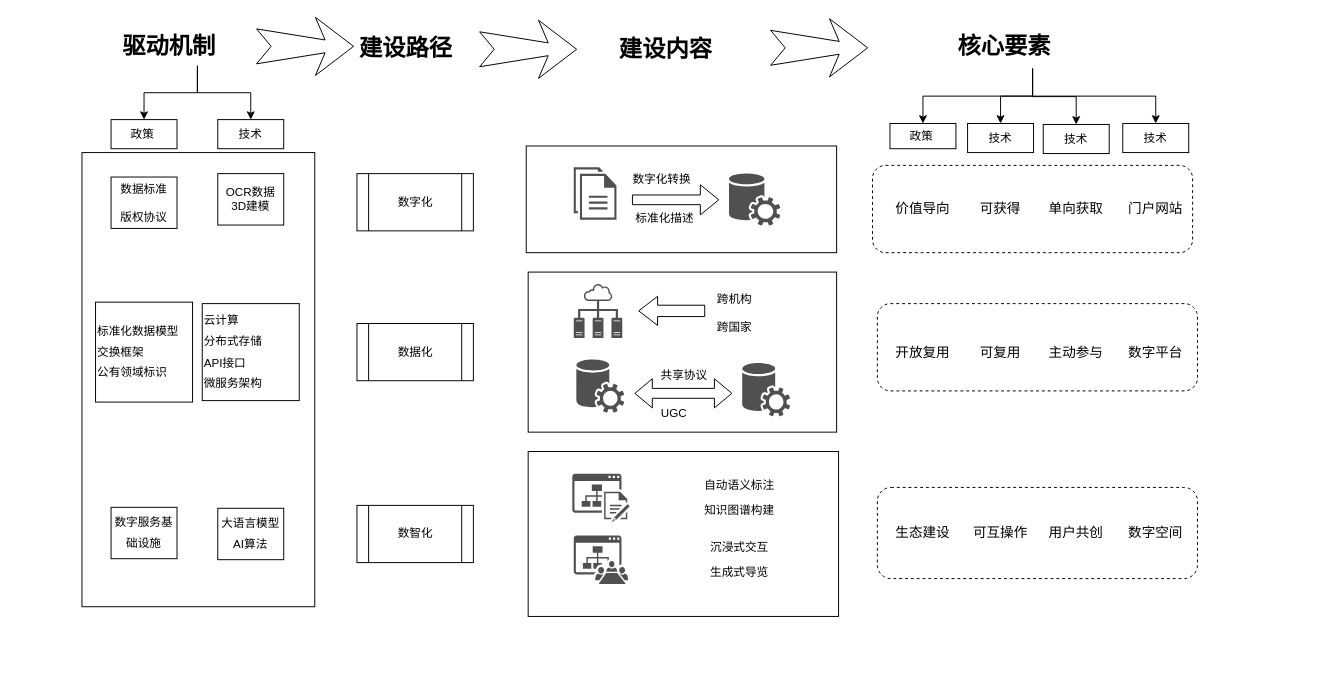
Above: 小宝架构1.drawio in Utah-wu/draw.io (draw.io), before the change. Source tidied: cells renumbered, new cells numbered last; positions are measured from the earlier drawing's top-left corner, leaving out a move shared by most shapes. Both pictures are drawn from the tidied source at 97%, with x=0, y=0 at pixel (81, 16).
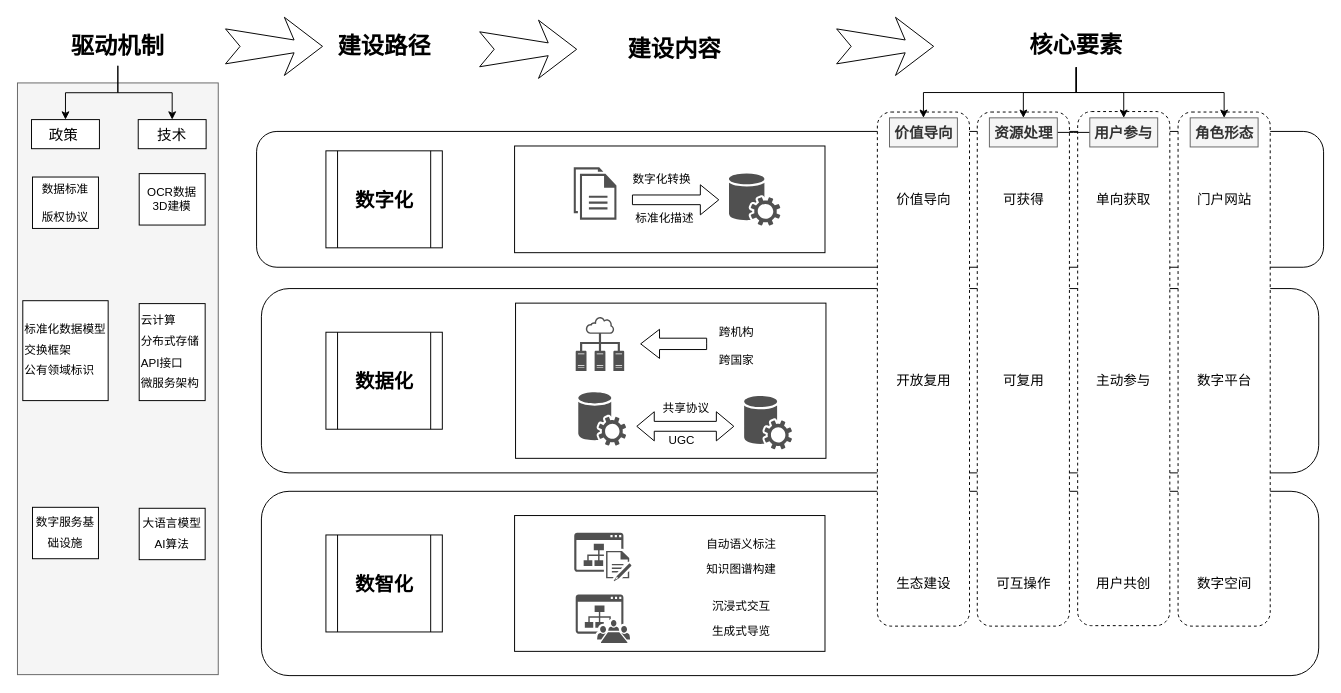
The same diagram, later.

Commit message (it also covers changes not shown here):
更新小宝架构1.drawio

Diff of the diagram source:
```diff
@@
+    <mxCell id="69" style="rounded=1;whiteSpace=wrap;html=1;" parent="1" vertex="1">
+      <mxGeometry x="185" y="489" width="1090" height="190" as="geometry" />
+    </mxCell>
+    <mxCell id="70" style="rounded=1;whiteSpace=wrap;html=1;" parent="1" vertex="1">
+      <mxGeometry x="185" y="280" width="1090" height="190" as="geometry" />
+    </mxCell>
+    <mxCell id="71" style="rounded=1;whiteSpace=wrap;html=1;" parent="1" vertex="1">
+      <mxGeometry x="180" y="118" width="1100" height="140" as="geometry" />
+    </mxCell>
+    <mxCell id="72" style="rounded=1;whiteSpace=wrap;html=1;align=left;dashed=1;fontSize=14;" parent="1" vertex="1">
+      <mxGeometry x="1130" y="98" width="95" height="530" as="geometry" />
+    </mxCell>
+    <mxCell id="73" style="rounded=1;whiteSpace=wrap;html=1;align=left;dashed=1;fontSize=14;" parent="1" vertex="1">
+      <mxGeometry x="1026.5" y="97.5" width="95" height="530" as="geometry" />
+    </mxCell>
+    <mxCell id="74" style="rounded=1;whiteSpace=wrap;html=1;align=left;dashed=1;fontSize=14;" parent="1" vertex="1">
+      <mxGeometry x="923" y="98" width="95" height="530" as="geometry" />
+    </mxCell>
+    <mxCell id="59" style="rounded=1;whiteSpace=wrap;html=1;align=left;dashed=1;fontSize=14;" parent="1" vertex="1">
+      <mxGeometry x="820" y="98" width="95" height="530" as="geometry" />
+    </mxCell>
     <mxCell id="2" style="rounded=0;whiteSpace=wrap;html=1;" parent="1" vertex="1">
-      <mxGeometry x="458" y="133" width="320" height="110" as="geometry" />
+      <mxGeometry x="446" y="133" width="320" height="110" as="geometry" />
     </mxCell>
     <mxCell id="3" style="rounded=0;whiteSpace=wrap;html=1;" parent="1" vertex="1">
-      <mxGeometry x="460" y="448" width="320" height="170" as="geometry" />
+      <mxGeometry x="446" y="514" width="320" height="140" as="geometry" />
     </mxCell>
     <mxCell id="4" style="rounded=0;whiteSpace=wrap;html=1;" parent="1" vertex="1">
-      <mxGeometry x="460" y="263" width="318" height="165" as="geometry" />
+      <mxGeometry x="447" y="295" width="320" height="160" as="geometry" />
     </mxCell>
@@
-    <mxCell id="6" value="&lt;h1 style=&quot;margin-top: 0px;&quot;&gt;核心要素&lt;/h1&gt;" style="text;html=1;whiteSpace=wrap;overflow=hidden;rounded=0;" parent="1" vertex="1">
-      <mxGeometry x="901" y="10.3" width="158" height="43" as="geometry" />
+    <mxCell id="6" value="&lt;h1 style=&quot;margin-top: 0px;&quot;&gt;核心要素&lt;/h1&gt;" style="text;html=1;whiteSpace=wrap;overflow=hidden;rounded=0;align=center;" parent="1" vertex="1">
+      <mxGeometry x="946" y="8.8" width="158" height="43" as="geometry" />
     </mxCell>
     <mxCell id="7" value="沉浸式交互" style="text;html=1;whiteSpace=wrap;strokeColor=none;fillColor=none;align=center;verticalAlign=middle;rounded=0;" parent="1" vertex="1">
-      <mxGeometry x="639" y="531.5" width="78" height="30" as="geometry" />
+      <mxGeometry x="641" y="592.5" width="78" height="30" as="geometry" />
     </mxCell>
     <mxCell id="8" value="生成式导览" style="text;html=1;whiteSpace=wrap;strokeColor=none;fillColor=none;align=center;verticalAlign=middle;rounded=0;" parent="1" vertex="1">
-      <mxGeometry x="639" y="557.5" width="78" height="30" as="geometry" />
+      <mxGeometry x="641" y="618.5" width="78" height="30" as="geometry" />
     </mxCell>
@@
     <mxCell id="15" value="跨机构&lt;div&gt;&lt;br&gt;&lt;div&gt;跨国家&lt;/div&gt;&lt;/div&gt;" style="text;html=1;whiteSpace=wrap;strokeColor=none;fillColor=none;align=center;verticalAlign=middle;rounded=0;" parent="1" vertex="1">
-      <mxGeometry x="644" y="289.5" width="58" height="30" as="geometry" />
+      <mxGeometry x="646" y="323.5" width="58" height="30" as="geometry" />
     </mxCell>
     <mxCell id="16" style="html=1;shadow=0;dashed=0;align=center;verticalAlign=middle;shape=mxgraph.arrows2.arrow;dy=0.61;dx=19.42;flipH=1;notch=0;" parent="1" vertex="1">
-      <mxGeometry x="574" y="288" width="68" height="30" as="geometry" />
+      <mxGeometry x="576" y="322" width="68" height="30" as="geometry" />
     </mxCell>
     <mxCell id="17" style="sketch=0;shadow=0;dashed=0;html=1;strokeColor=none;fillColor=#505050;labelPosition=center;verticalLabelPosition=bottom;verticalAlign=top;align=center;shape=mxgraph.office.communications.central_management_service;" parent="1" vertex="1">
-      <mxGeometry x="509" y="353" width="50" height="55" as="geometry" />
+      <mxGeometry x="511" y="387" width="50" height="55" as="geometry" />
     </mxCell>
     <mxCell id="18" style="sketch=0;shadow=0;dashed=0;html=1;strokeColor=none;fillColor=#505050;labelPosition=center;verticalLabelPosition=bottom;verticalAlign=top;align=center;shape=mxgraph.office.communications.central_management_service;" parent="1" vertex="1">
-      <mxGeometry x="680" y="356.8" width="50" height="55" as="geometry" />
+      <mxGeometry x="682" y="390.8" width="50" height="55" as="geometry" />
     </mxCell>
     <mxCell id="19" style="html=1;shadow=0;dashed=0;align=center;verticalAlign=middle;shape=mxgraph.arrows2.twoWayArrow;dy=0.66;dx=17.99;" parent="1" vertex="1">
-      <mxGeometry x="570" y="373" width="100" height="30" as="geometry" />
+      <mxGeometry x="572" y="407" width="100" height="30" as="geometry" />
     </mxCell>
     <mxCell id="20" value="共享协议" style="text;html=1;whiteSpace=wrap;strokeColor=none;fillColor=none;align=center;verticalAlign=middle;rounded=0;" parent="1" vertex="1">
-      <mxGeometry x="592" y="355" width="58" height="30" as="geometry" />
+      <mxGeometry x="594" y="389" width="58" height="30" as="geometry" />
     </mxCell>
     <mxCell id="21" value="UGC" style="text;html=1;whiteSpace=wrap;strokeColor=none;fillColor=none;align=center;verticalAlign=middle;rounded=0;" parent="1" vertex="1">
-      <mxGeometry x="577.5" y="394.5" width="65" height="28.5" as="geometry" />
+      <mxGeometry x="585.5" y="422.5" width="65" height="28.5" as="geometry" />
     </mxCell>
     <mxCell id="22" style="sketch=0;shadow=0;dashed=0;html=1;strokeColor=none;fillColor=#505050;labelPosition=center;verticalLabelPosition=bottom;verticalAlign=top;align=center;shape=mxgraph.office.sites.meeting_workspace_site;" parent="1" vertex="1">
-      <mxGeometry x="507" y="534.5" width="56" height="50" as="geometry" />
+      <mxGeometry x="509" y="595.5" width="56" height="50" as="geometry" />
     </mxCell>
-    <mxCell id="23" style="rounded=0;whiteSpace=wrap;html=1;" parent="1" vertex="1">
-      <mxGeometry y="139.8" width="240" height="468.2" as="geometry" />
+    <mxCell id="23" style="rounded=0;whiteSpace=wrap;html=1;fillColor=#f5f5f5;fontColor=#333333;strokeColor=#666666;" parent="1" vertex="1">
+      <mxGeometry x="-66.5" y="68" width="207" height="610" as="geometry" />
     </mxCell>
@@
-    <mxCell id="25" value="&lt;h1 style=&quot;margin-top: 0px;&quot;&gt;驱动机制&lt;/h1&gt;" style="text;html=1;whiteSpace=wrap;overflow=hidden;rounded=0;" parent="1" vertex="1">
-      <mxGeometry x="40" y="10.3" width="158" height="40" as="geometry" />
+    <mxCell id="25" value="&lt;h1 style=&quot;margin-top: 0px;&quot;&gt;驱动机制&lt;/h1&gt;" style="text;html=1;whiteSpace=wrap;overflow=hidden;rounded=0;align=center;" parent="1" vertex="1">
+      <mxGeometry x="-42" y="10.3" width="158" height="40" as="geometry" />
     </mxCell>
-    <mxCell id="26" value="技术" style="whiteSpace=wrap;html=1;align=center;verticalAlign=middle;newEdgeStyle={&quot;edgeStyle&quot;:&quot;elbowEdgeStyle&quot;,&quot;startArrow&quot;:&quot;none&quot;,&quot;endArrow&quot;:&quot;none&quot;};" parent="1" vertex="1">
-      <mxGeometry x="140" y="105.8" width="68" height="30" as="geometry" />
+    <mxCell id="26" value="技术" style="whiteSpace=wrap;html=1;align=center;verticalAlign=middle;newEdgeStyle={&quot;edgeStyle&quot;:&quot;elbowEdgeStyle&quot;,&quot;startArrow&quot;:&quot;none&quot;,&quot;endArrow&quot;:&quot;none&quot;};fontSize=15;" parent="1" vertex="1">
+      <mxGeometry x="58" y="105.8" width="70" height="30" as="geometry" />
     </mxCell>
-    <mxCell id="27" value="政策&lt;span style=&quot;white-space: pre;&quot;&gt;&#9;&lt;/span&gt;" style="whiteSpace=wrap;html=1;align=center;verticalAlign=middle;newEdgeStyle={&quot;edgeStyle&quot;:&quot;elbowEdgeStyle&quot;,&quot;startArrow&quot;:&quot;none&quot;,&quot;endArrow&quot;:&quot;none&quot;};" parent="1" vertex="1">
-      <mxGeometry x="30" y="105.8" width="68" height="30" as="geometry" />
+    <mxCell id="27" value="政策&lt;span style=&quot;white-space: pre;&quot;&gt;&#9;&lt;/span&gt;" style="whiteSpace=wrap;html=1;align=center;verticalAlign=middle;newEdgeStyle={&quot;edgeStyle&quot;:&quot;elbowEdgeStyle&quot;,&quot;startArrow&quot;:&quot;none&quot;,&quot;endArrow&quot;:&quot;none&quot;};fontSize=15;" parent="1" vertex="1">
+      <mxGeometry x="-52" y="105.8" width="70" height="30" as="geometry" />
     </mxCell>
@@
     <mxCell id="29" value="数据标准&lt;div&gt;&lt;br&gt;&lt;/div&gt;&lt;div&gt;版权协议&lt;/div&gt;" style="rounded=0;whiteSpace=wrap;html=1;" parent="1" vertex="1">
-      <mxGeometry x="30" y="165" width="68" height="53" as="geometry" />
+      <mxGeometry x="-51" y="165" width="68" height="53" as="geometry" />
     </mxCell>
     <mxCell id="30" value="&lt;div style=&quot;line-height: 180%;&quot;&gt;数字服务基础设施&lt;/div&gt;" style="rounded=0;whiteSpace=wrap;html=1;" parent="1" vertex="1">
-      <mxGeometry x="30" y="505.5" width="68" height="53" as="geometry" />
+      <mxGeometry x="-51" y="505.5" width="68" height="53" as="geometry" />
     </mxCell>
     <mxCell id="31" value="&lt;div style=&quot;line-height: 180%;&quot;&gt;云计算&lt;div&gt;分布式存储&lt;/div&gt;&lt;div&gt;API接口&lt;/div&gt;&lt;div&gt;微服务架构&lt;/div&gt;&lt;/div&gt;" style="rounded=0;whiteSpace=wrap;html=1;align=left;" parent="1" vertex="1">
-      <mxGeometry x="124" y="295.5" width="100" height="100" as="geometry" />
+      <mxGeometry x="59" y="295.5" width="68" height="100" as="geometry" />
     </mxCell>
     <mxCell id="32" value="OCR数据&lt;div&gt;3D建模&lt;/div&gt;" style="rounded=0;whiteSpace=wrap;html=1;" parent="1" vertex="1">
-      <mxGeometry x="140" y="161.5" width="68" height="53" as="geometry" />
+      <mxGeometry x="59" y="161.5" width="68" height="53" as="geometry" />
     </mxCell>
     <mxCell id="33" value="&lt;div style=&quot;line-height: 180%;&quot;&gt;&lt;div&gt;标准化数据模型&lt;/div&gt;&lt;div&gt;交换框架&lt;/div&gt;&lt;div&gt;公有领域标识&lt;/div&gt;&lt;/div&gt;" style="rounded=0;whiteSpace=wrap;html=1;align=left;spacing=2;spacingTop=0;" parent="1" vertex="1">
-      <mxGeometry x="14" y="294" width="100" height="103" as="geometry" />
+      <mxGeometry x="-61" y="292.5" width="88" height="103" as="geometry" />
     </mxCell>
     <mxCell id="34" value="&lt;div style=&quot;line-height: 180%;&quot;&gt;大语言模型&lt;div&gt;AI算法&lt;/div&gt;&lt;/div&gt;" style="rounded=0;whiteSpace=wrap;html=1;" parent="1" vertex="1">
-      <mxGeometry x="140" y="506.5" width="68" height="53" as="geometry" />
+      <mxGeometry x="59" y="506.5" width="68" height="53" as="geometry" />
     </mxCell>
+    <mxCell id="75" style="edgeStyle=elbowEdgeStyle;rounded=0;jettySize=auto;html=1;elbow=horizontal;startArrow=none;endArrow=none;" parent="1" edge="1" source="35" target="37">
+      <mxGeometry relative="1" as="geometry" />
+    </mxCell>
-    <mxCell id="35" value="技术" style="whiteSpace=wrap;html=1;align=center;verticalAlign=middle;newEdgeStyle={&quot;edgeStyle&quot;:&quot;elbowEdgeStyle&quot;,&quot;startArrow&quot;:&quot;none&quot;,&quot;endArrow&quot;:&quot;none&quot;};" parent="1" vertex="1">
-      <mxGeometry x="913" y="109.8" width="68" height="30" as="geometry" />
+    <mxCell id="35" value="资源处理" style="whiteSpace=wrap;html=1;align=center;verticalAlign=middle;newEdgeStyle={&quot;edgeStyle&quot;:&quot;elbowEdgeStyle&quot;,&quot;startArrow&quot;:&quot;none&quot;,&quot;endArrow&quot;:&quot;none&quot;};fillColor=#f5f5f5;fontColor=#333333;strokeColor=#666666;fontStyle=1;fontSize=15;" parent="1" vertex="1">
+      <mxGeometry x="935.5" y="104" width="70" height="30" as="geometry" />
     </mxCell>
-    <mxCell id="36" value="政策&lt;span style=&quot;white-space: pre;&quot;&gt;&#9;&lt;/span&gt;" style="whiteSpace=wrap;html=1;align=center;verticalAlign=middle;newEdgeStyle={&quot;edgeStyle&quot;:&quot;elbowEdgeStyle&quot;,&quot;startArrow&quot;:&quot;none&quot;,&quot;endArrow&quot;:&quot;none&quot;};" parent="1" vertex="1">
-      <mxGeometry x="833" y="109.8" width="68" height="26" as="geometry" />
+    <mxCell id="36" value="价值导向" style="whiteSpace=wrap;html=1;align=center;verticalAlign=middle;newEdgeStyle={&quot;edgeStyle&quot;:&quot;elbowEdgeStyle&quot;,&quot;startArrow&quot;:&quot;none&quot;,&quot;endArrow&quot;:&quot;none&quot;};fillColor=#f5f5f5;fontColor=#333333;strokeColor=#666666;fontStyle=1;fontSize=15;" parent="1" vertex="1">
+      <mxGeometry x="832.5" y="104" width="70" height="30" as="geometry" />
     </mxCell>
-    <mxCell id="37" value="技术" style="whiteSpace=wrap;html=1;align=center;verticalAlign=middle;newEdgeStyle={&quot;edgeStyle&quot;:&quot;elbowEdgeStyle&quot;,&quot;startArrow&quot;:&quot;none&quot;,&quot;endArrow&quot;:&quot;none&quot;};" parent="1" vertex="1">
-      <mxGeometry x="991" y="110.8" width="68" height="30" as="geometry" />
+    <mxCell id="37" value="用户参与" style="whiteSpace=wrap;html=1;align=center;verticalAlign=middle;newEdgeStyle={&quot;edgeStyle&quot;:&quot;elbowEdgeStyle&quot;,&quot;startArrow&quot;:&quot;none&quot;,&quot;endArrow&quot;:&quot;none&quot;};fillColor=#f5f5f5;fontColor=#333333;strokeColor=#666666;fontStyle=1;fontSize=15;" parent="1" vertex="1">
+      <mxGeometry x="1039" y="104" width="70" height="30" as="geometry" />
     </mxCell>
-    <mxCell id="38" value="技术" style="whiteSpace=wrap;html=1;align=center;verticalAlign=middle;newEdgeStyle={&quot;edgeStyle&quot;:&quot;elbowEdgeStyle&quot;,&quot;startArrow&quot;:&quot;none&quot;,&quot;endArrow&quot;:&quot;none&quot;};" parent="1" vertex="1">
-      <mxGeometry x="1073" y="109.8" width="68" height="30" as="geometry" />
+    <mxCell id="38" value="角色形态" style="whiteSpace=wrap;html=1;align=center;verticalAlign=middle;newEdgeStyle={&quot;edgeStyle&quot;:&quot;elbowEdgeStyle&quot;,&quot;startArrow&quot;:&quot;none&quot;,&quot;endArrow&quot;:&quot;none&quot;};fillColor=#f5f5f5;fontColor=#333333;strokeColor=#666666;fontStyle=1;fontSize=15;" parent="1" vertex="1">
+      <mxGeometry x="1142.5" y="104" width="70" height="30" as="geometry" />
     </mxCell>
@@
-    <mxCell id="42" value="&lt;h1 style=&quot;margin-top: 0px;&quot;&gt;建设路径&lt;/h1&gt;" style="text;html=1;whiteSpace=wrap;overflow=hidden;rounded=0;" parent="1" vertex="1">
-      <mxGeometry x="283.5" y="11.8" width="158" height="40" as="geometry" />
+    <mxCell id="42" value="&lt;h1 style=&quot;margin-top: 0px;&quot;&gt;建设路径&lt;/h1&gt;" style="text;html=1;whiteSpace=wrap;overflow=hidden;rounded=0;align=center;" parent="1" vertex="1">
+      <mxGeometry x="232.5" y="10.3" width="158" height="40" as="geometry" />
     </mxCell>
-    <mxCell id="43" value="&lt;h1 style=&quot;margin-top: 0px;&quot;&gt;建设内容&lt;/h1&gt;" style="text;html=1;whiteSpace=wrap;overflow=hidden;rounded=0;" parent="1" vertex="1">
-      <mxGeometry x="552" y="13.3" width="158" height="40" as="geometry" />
+    <mxCell id="43" value="&lt;h1 style=&quot;margin-top: 0px;&quot;&gt;建设内容&lt;/h1&gt;" style="text;html=1;whiteSpace=wrap;overflow=hidden;rounded=0;align=center;" parent="1" vertex="1">
+      <mxGeometry x="532" y="13.3" width="158" height="40" as="geometry" />
     </mxCell>
     <mxCell id="44" style="html=1;shadow=0;dashed=0;align=center;verticalAlign=middle;shape=mxgraph.arrows2.stylisedArrow;dy=0.78;dx=29.33;notch=15;feather=0.4;" parent="1" vertex="1">
-      <mxGeometry x="180" y="0.3" width="100" height="60" as="geometry" />
+      <mxGeometry x="148" y="0.3" width="100" height="60" as="geometry" />
     </mxCell>
@@
     <mxCell id="46" style="html=1;shadow=0;dashed=0;align=center;verticalAlign=middle;shape=mxgraph.arrows2.stylisedArrow;dy=0.78;dx=29.33;notch=15;feather=0.4;" parent="1" vertex="1">
-      <mxGeometry x="710" y="1.8" width="100" height="60" as="geometry" />
+      <mxGeometry x="778" y="0.3" width="100" height="60" as="geometry" />
     </mxCell>
     <mxCell id="47" style="sketch=0;shadow=0;dashed=0;html=1;strokeColor=none;fillColor=#505050;labelPosition=center;verticalLabelPosition=bottom;verticalAlign=top;align=center;shape=mxgraph.office.concepts.technical_diagram;" parent="1" vertex="1">
-      <mxGeometry x="507" y="275" width="50" height="56" as="geometry" />
+      <mxGeometry x="509" y="309" width="50" height="56" as="geometry" />
     </mxCell>
     <mxCell id="48" style="sketch=0;shadow=0;dashed=0;html=1;strokeColor=none;fillColor=#505050;labelPosition=center;verticalLabelPosition=bottom;verticalAlign=top;align=center;shape=mxgraph.office.sites.wiki_site;" parent="1" vertex="1">
-      <mxGeometry x="505.5" y="470.8" width="59" height="50" as="geometry" />
+      <mxGeometry x="507.5" y="531.8" width="59" height="50" as="geometry" />
     </mxCell>
     <mxCell id="49" value="自动语义标注" style="text;html=1;whiteSpace=wrap;strokeColor=none;fillColor=none;align=center;verticalAlign=middle;rounded=0;" parent="1" vertex="1">
-      <mxGeometry x="639" y="467.8" width="78" height="30" as="geometry" />
+      <mxGeometry x="641" y="528.8" width="78" height="30" as="geometry" />
     </mxCell>
     <mxCell id="50" value="知识图谱构建" style="text;html=1;whiteSpace=wrap;strokeColor=none;fillColor=none;align=center;verticalAlign=middle;rounded=0;" parent="1" vertex="1">
-      <mxGeometry x="639" y="493.8" width="78" height="30" as="geometry" />
+      <mxGeometry x="641" y="554.8" width="78" height="30" as="geometry" />
     </mxCell>
-    <mxCell id="51" value="数字化" style="shape=process;whiteSpace=wrap;html=1;backgroundOutline=1;" parent="1" vertex="1">
-      <mxGeometry x="283.5" y="161.5" width="120" height="59" as="geometry" />
+    <mxCell id="51" value="数字化" style="shape=process;whiteSpace=wrap;html=1;backgroundOutline=1;fontSize=20;fontStyle=1;" parent="1" vertex="1">
+      <mxGeometry x="251.5" y="138" width="120" height="100" as="geometry" />
     </mxCell>
-    <mxCell id="52" value="数智化" style="shape=process;whiteSpace=wrap;html=1;backgroundOutline=1;" parent="1" vertex="1">
-      <mxGeometry x="283.5" y="503.5" width="120" height="59" as="geometry" />
+    <mxCell id="52" value="数智化" style="shape=process;whiteSpace=wrap;html=1;backgroundOutline=1;fontSize=20;fontStyle=1;" parent="1" vertex="1">
+      <mxGeometry x="251.5" y="534" width="120" height="100" as="geometry" />
     </mxCell>
-    <mxCell id="53" value="数据化" style="shape=process;whiteSpace=wrap;html=1;backgroundOutline=1;" parent="1" vertex="1">
-      <mxGeometry x="283.5" y="316" width="120" height="59" as="geometry" />
+    <mxCell id="53" value="数据化" style="shape=process;whiteSpace=wrap;html=1;backgroundOutline=1;fontSize=20;fontStyle=1;" parent="1" vertex="1">
+      <mxGeometry x="251.5" y="325" width="120" height="100" as="geometry" />
     </mxCell>
-    <mxCell id="54" style="rounded=1;whiteSpace=wrap;html=1;align=left;fontSize=14;dashed=1;" parent="1" vertex="1">
-      <mxGeometry x="820" y="295.5" width="330" height="90" as="geometry" />
-    </mxCell>
     <mxCell id="55" value="开放复用" style="text;html=1;whiteSpace=wrap;strokeColor=none;fillColor=none;align=center;verticalAlign=middle;rounded=0;fontSize=14;" parent="1" vertex="1">
-      <mxGeometry x="837" y="330.5" width="60" height="30" as="geometry" />
+      <mxGeometry x="837.5" y="360" width="60" height="30" as="geometry" />
     </mxCell>
     <mxCell id="56" value="数字平台" style="text;html=1;whiteSpace=wrap;strokeColor=none;fillColor=none;align=center;verticalAlign=middle;rounded=0;fontSize=14;" parent="1" vertex="1">
-      <mxGeometry x="1077" y="330.5" width="60" height="30" as="geometry" />
+      <mxGeometry x="1147.5" y="360" width="60" height="30" as="geometry" />
     </mxCell>
     <mxCell id="57" value="主动参与" style="text;html=1;whiteSpace=wrap;strokeColor=none;fillColor=none;align=center;verticalAlign=middle;rounded=0;fontSize=14;" parent="1" vertex="1">
-      <mxGeometry x="995" y="330.5" width="60" height="30" as="geometry" />
+      <mxGeometry x="1044" y="360" width="60" height="30" as="geometry" />
     </mxCell>
     <mxCell id="58" value="可复用" style="text;html=1;whiteSpace=wrap;strokeColor=none;fillColor=none;align=center;verticalAlign=middle;rounded=0;fontSize=14;" parent="1" vertex="1">
-      <mxGeometry x="917" y="330.5" width="60" height="30" as="geometry" />
+      <mxGeometry x="940.5" y="360" width="60" height="30" as="geometry" />
     </mxCell>
-    <mxCell id="59" style="rounded=1;whiteSpace=wrap;html=1;align=left;dashed=1;fontSize=14;" parent="1" vertex="1">
-      <mxGeometry x="815" y="153" width="330" height="90" as="geometry" />
-    </mxCell>
     <mxCell id="60" value="价值导向" style="text;html=1;whiteSpace=wrap;strokeColor=none;fillColor=none;align=center;verticalAlign=middle;rounded=0;fontSize=14;" parent="1" vertex="1">
-      <mxGeometry x="837" y="183" width="60" height="30" as="geometry" />
+      <mxGeometry x="837.5" y="173" width="60" height="30" as="geometry" />
     </mxCell>
     <mxCell id="61" value="门户网站" style="text;html=1;whiteSpace=wrap;strokeColor=none;fillColor=none;align=center;verticalAlign=middle;rounded=0;fontSize=14;" parent="1" vertex="1">
-      <mxGeometry x="1077" y="183" width="60" height="30" as="geometry" />
+      <mxGeometry x="1147.5" y="173" width="60" height="30" as="geometry" />
     </mxCell>
     <mxCell id="62" value="单向获取" style="text;html=1;whiteSpace=wrap;strokeColor=none;fillColor=none;align=center;verticalAlign=middle;rounded=0;fontSize=14;" parent="1" vertex="1">
-      <mxGeometry x="995" y="183" width="60" height="30" as="geometry" />
+      <mxGeometry x="1044" y="173" width="60" height="30" as="geometry" />
     </mxCell>
     <mxCell id="63" value="可获得" style="text;html=1;whiteSpace=wrap;strokeColor=none;fillColor=none;align=center;verticalAlign=middle;rounded=0;fontSize=14;" parent="1" vertex="1">
-      <mxGeometry x="917" y="183" width="60" height="30" as="geometry" />
+      <mxGeometry x="940.5" y="173" width="60" height="30" as="geometry" />
     </mxCell>
-    <mxCell id="64" style="rounded=1;whiteSpace=wrap;html=1;align=left;dashed=1;fontSize=14;" parent="1" vertex="1">
-      <mxGeometry x="820" y="485" width="330" height="94" as="geometry" />
-    </mxCell>
     <mxCell id="65" value="生态建设" style="text;html=1;whiteSpace=wrap;strokeColor=none;fillColor=none;align=center;verticalAlign=middle;rounded=0;fontSize=14;" parent="1" vertex="1">
-      <mxGeometry x="837" y="517" width="60" height="30" as="geometry" />
+      <mxGeometry x="837.5" y="569" width="60" height="30" as="geometry" />
     </mxCell>
     <mxCell id="66" value="数字空间" style="text;html=1;whiteSpace=wrap;strokeColor=none;fillColor=none;align=center;verticalAlign=middle;rounded=0;fontSize=14;" parent="1" vertex="1">
-      <mxGeometry x="1077" y="517" width="60" height="30" as="geometry" />
+      <mxGeometry x="1147.5" y="569" width="60" height="30" as="geometry" />
     </mxCell>
     <mxCell id="67" value="用户共创" style="text;html=1;whiteSpace=wrap;strokeColor=none;fillColor=none;align=center;verticalAlign=middle;rounded=0;fontSize=14;" parent="1" vertex="1">
-      <mxGeometry x="995" y="517" width="60" height="30" as="geometry" />
+      <mxGeometry x="1044" y="569" width="60" height="30" as="geometry" />
     </mxCell>
     <mxCell id="68" value="可互操作" style="text;html=1;whiteSpace=wrap;strokeColor=none;fillColor=none;align=center;verticalAlign=middle;rounded=0;fontSize=14;" parent="1" vertex="1">
-      <mxGeometry x="917" y="517" width="60" height="30" as="geometry" />
+      <mxGeometry x="940.5" y="569" width="60" height="30" as="geometry" />
     </mxCell>
```
